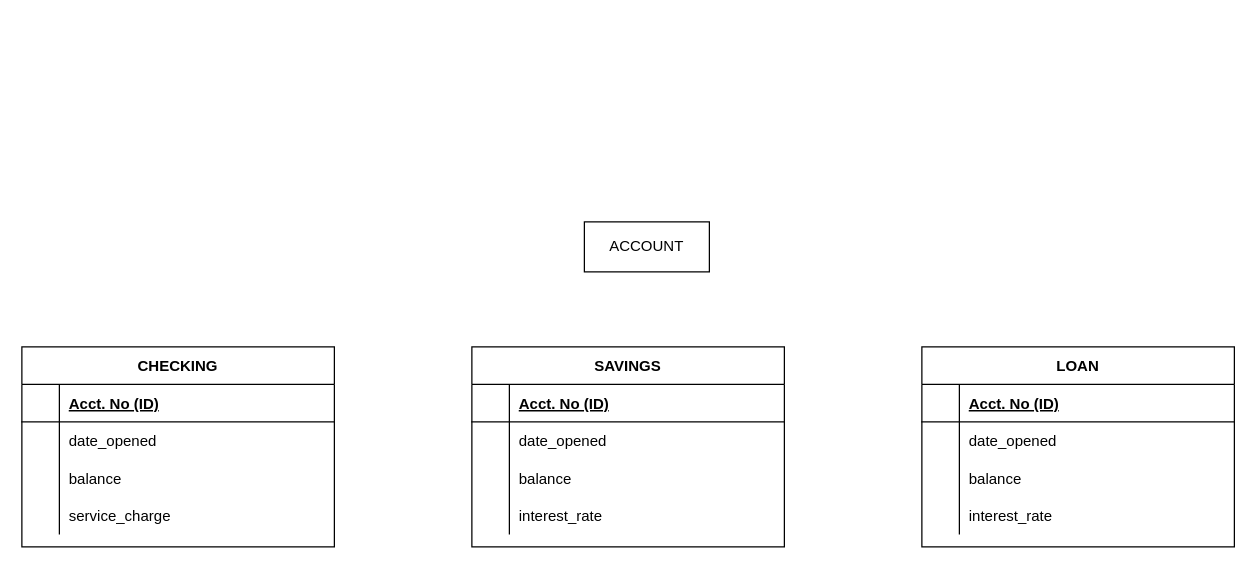
Before: page "Attempt" (1 of 2) of Feb5.drawio in robeeds/is380-drawio, a draw.io diagram. Source tidied: cells renumbered, new cells numbered last; positions are measured from the earlier drawing's top-left corner, leaving out a move shared by most shapes. Both pictures are drawn from the tidied source at 125%, with x=0, y=0 at pixel (21, 221).
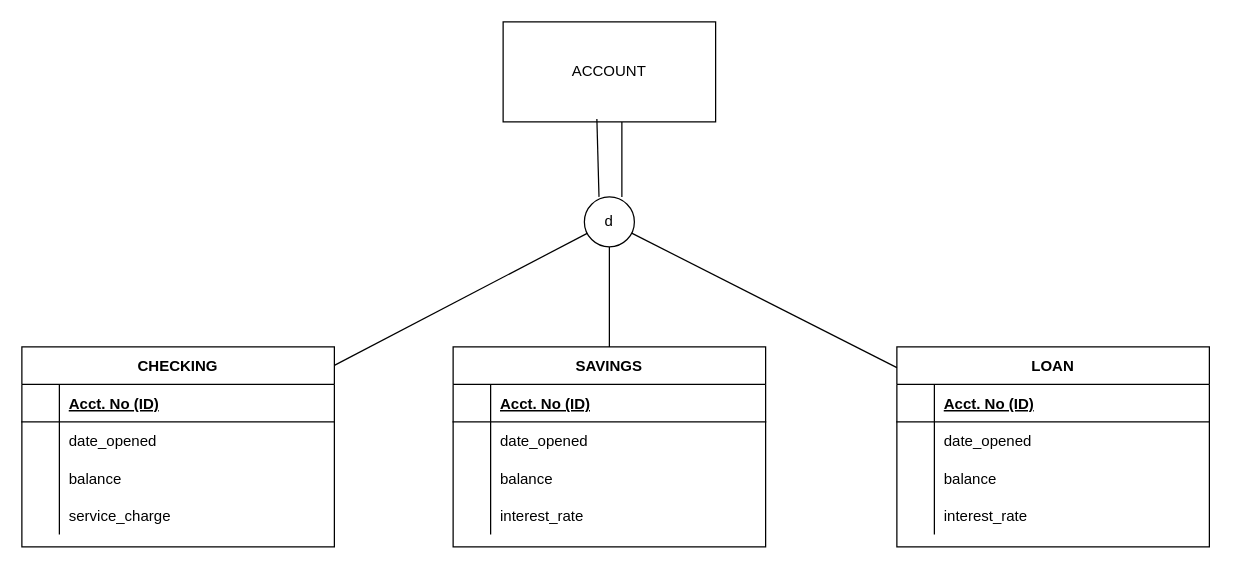
After the change.

Unchanged cells that the change refers to:
```xml
<mxCell id="2" value="CHECKING" style="shape=table;startSize=30;childLayout=tableLayout;rowLines=0;fontStyle=1;align=center;" parent="1" vertex="1">
  <mxGeometry y="100" width="250" height="160" as="geometry" />
</mxCell>
```

What changed in the source:
```diff
@@
     <mxCell id="15" value="SAVINGS" style="shape=table;startSize=30;childLayout=tableLayout;rowLines=0;fontStyle=1;align=center;" parent="1" vertex="1">
-      <mxGeometry x="360" y="100" width="250" height="160" as="geometry" />
+      <mxGeometry x="345" y="100" width="250" height="160" as="geometry" />
     </mxCell>
@@
     <mxCell id="28" value="LOAN" style="shape=table;startSize=30;childLayout=tableLayout;rowLines=0;fontStyle=1;align=center;" parent="1" vertex="1">
-      <mxGeometry x="720" y="100" width="250" height="160" as="geometry" />
+      <mxGeometry x="700" y="100" width="250" height="160" as="geometry" />
     </mxCell>
@@
+    <mxCell id="42" style="edgeStyle=none;curved=1;rounded=0;orthogonalLoop=1;jettySize=auto;html=1;fontSize=12;startSize=8;endSize=8;endArrow=none;startFill=0;" parent="1" edge="1">
+      <mxGeometry relative="1" as="geometry">
+        <mxPoint x="480" y="-80" as="sourcePoint" />
+        <mxPoint x="480" y="-20" as="targetPoint" />
+      </mxGeometry>
+    </mxCell>
     <mxCell id="41" value="ACCOUNT" style="whiteSpace=wrap;html=1;align=center;" parent="1" vertex="1">
-      <mxGeometry x="450" width="100" height="40" as="geometry" />
+      <mxGeometry x="385" y="-160" width="170" height="80" as="geometry" />
     </mxCell>
+    <mxCell id="43" style="edgeStyle=none;curved=1;rounded=0;jettySize=auto;html=1;fontSize=12;startSize=8;endSize=8;endArrow=none;startFill=0;" parent="1" edge="1" source="45" target="2">
+      <mxGeometry relative="1" as="geometry" />
+    </mxCell>
+    <mxCell id="44" style="edgeStyle=none;curved=1;rounded=0;jettySize=auto;html=1;fontSize=12;startSize=8;endSize=8;endArrow=none;startFill=0;" parent="1" edge="1" source="45" target="28">
+      <mxGeometry relative="1" as="geometry" />
+    </mxCell>
+    <mxCell id="45" value="d" style="ellipse;whiteSpace=wrap;html=1;" parent="1" vertex="1">
+      <mxGeometry x="450" y="-20" width="40" height="40" as="geometry" />
+    </mxCell>
+    <mxCell id="46" style="edgeStyle=none;curved=1;rounded=0;jettySize=auto;html=1;fontSize=12;startSize=8;endSize=8;endArrow=none;endFill=1;startFill=0;" parent="1" edge="1" source="45" target="15">
+      <mxGeometry relative="1" as="geometry" />
+    </mxCell>
+    <mxCell id="47" style="endArrow=none;html=1;rounded=0;fontSize=12;startSize=8;endSize=8;curved=1;entryX=0.431;entryY=0.971;entryDx=0;entryDy=0;entryPerimeter=0;exitX=0.25;exitY=0;exitDx=0;exitDy=0;exitPerimeter=0;" parent="1" edge="1">
+      <mxGeometry relative="1" as="geometry">
+        <mxPoint x="461.7" y="-20" as="sourcePoint" />
+        <mxPoint x="460" y="-82.3" as="targetPoint" />
+      </mxGeometry>
+    </mxCell>
```
